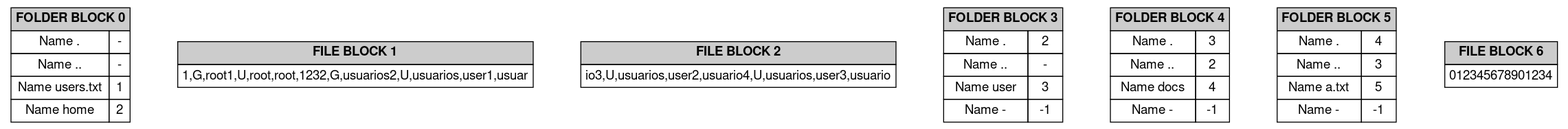
Before: r_outputs/block_report.png, a diagram exported from Graphviz (JoseLorenzana272/Disk-Creator-Simulation). Its source is kept beside it as r_outputs/block_report.dot.
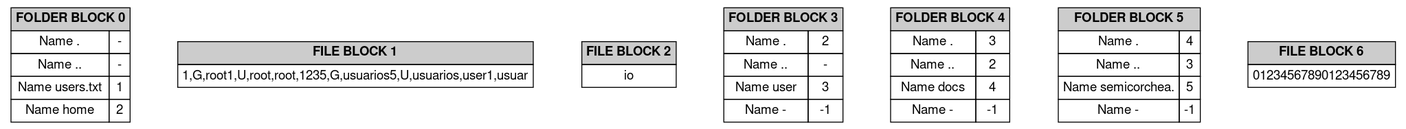
Above is the later version.

The edit, as a diff of the source:
```diff
@@ -12,14 +12,12 @@
 			<tr><td colspan="2" bgcolor="#CCCCCC"><b>FILE BLOCK 1</b></td></tr>
 	<tr><td colspan="2">1,G,root
 1,U,root,root,123
-2,G,usuarios
-2,U,usuarios,user1,usuar</td></tr></table>>];
+5,G,usuarios
+5,U,usuarios,user1,usuar</td></tr></table>>];
 fileBlock2 [label=<
 		<table border="0" cellborder="1" cellspacing="0" cellpadding="4">
 			<tr><td colspan="2" bgcolor="#CCCCCC"><b>FILE BLOCK 2</b></td></tr>
 	<tr><td colspan="2">io
-3,U,usuarios,user2,usuario
-4,U,usuarios,user3,usuario
 </td></tr></table>>];
 folderBlock3 [label=<
 		<table border="0" cellborder="1" cellspacing="0" cellpadding="4">
@@ -32,9 +30,9 @@
 folderBlock5 [label=<
 		<table border="0" cellborder="1" cellspacing="0" cellpadding="4">
 			<tr><td colspan="2" bgcolor="#CCCCCC"><b>FOLDER BLOCK 5</b></td></tr>
-	<tr><td>Name .</td><td>4</td></tr><tr><td>Name ..</td><td>3</td></tr><tr><td>Name a.txt</td><td>5</td></tr><tr><td>Name -</td><td>-1</td></tr></table>>];
+	<tr><td>Name .</td><td>4</td></tr><tr><td>Name ..</td><td>3</td></tr><tr><td>Name semicorchea.</td><td>5</td></tr><tr><td>Name -</td><td>-1</td></tr></table>>];
 fileBlock6 [label=<
 		<table border="0" cellborder="1" cellspacing="0" cellpadding="4">
 			<tr><td colspan="2" bgcolor="#CCCCCC"><b>FILE BLOCK 6</b></td></tr>
-	<tr><td colspan="2">012345678901234</td></tr></table>>];
+	<tr><td colspan="2">01234567890123456789</td></tr></table>>];
 }
```
